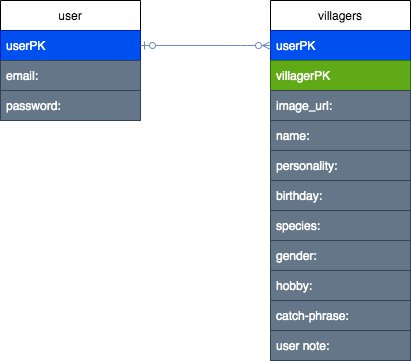
Above: erd.drawio.png in PvrkFvmily/project-2 (draw.io), before the change. Source tidied: cells renumbered, new cells last; positions are measured from the earlier drawing's top-left corner, leaving out a move shared by most shapes.
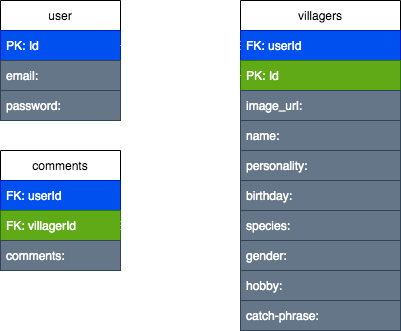
Later version of the same file.

Commit message:
edited erd, restful, and readme for approval

What changed in the source:
```diff
@@ -3,59 +3,72 @@
     <mxCell id="0" />
     <mxCell id="1" parent="0" />
     <mxCell id="2" value="user" style="swimlane;fontStyle=0;horizontal=1;startSize=30;" parent="1" vertex="1">
-      <mxGeometry width="140" height="120" as="geometry" />
+      <mxGeometry x="40" y="-10" width="120" height="120" as="geometry" />
     </mxCell>
-    <mxCell id="3" value="userPK" style="text;strokeColor=#001DBC;fillColor=#0050ef;align=left;verticalAlign=middle;spacingLeft=4;spacingRight=4;overflow=hidden;points=[[0,0.5],[1,0.5]];portConstraint=eastwest;fontColor=#ffffff;" parent="2" vertex="1">
-      <mxGeometry y="30" width="140" height="30" as="geometry" />
+    <mxCell id="3" value="PK: Id" style="text;strokeColor=#001DBC;fillColor=#0050ef;align=left;verticalAlign=middle;spacingLeft=4;spacingRight=4;overflow=hidden;points=[[0,0.5],[1,0.5]];portConstraint=eastwest;fontColor=#ffffff;" parent="2" vertex="1">
+      <mxGeometry y="30" width="120" height="30" as="geometry" />
     </mxCell>
     <mxCell id="4" value="email:" style="text;strokeColor=#314354;fillColor=#647687;align=left;verticalAlign=middle;spacingLeft=4;spacingRight=4;overflow=hidden;fontColor=#ffffff;" parent="2" vertex="1">
-      <mxGeometry y="60" width="140" height="30" as="geometry" />
+      <mxGeometry y="60" width="120" height="30" as="geometry" />
     </mxCell>
     <mxCell id="5" value="password:" style="text;strokeColor=#314354;fillColor=#647687;align=left;verticalAlign=middle;spacingLeft=4;spacingRight=4;overflow=hidden;fontColor=#ffffff;" parent="2" vertex="1">
-      <mxGeometry y="90" width="140" height="30" as="geometry" />
+      <mxGeometry y="90" width="120" height="30" as="geometry" />
     </mxCell>
     <mxCell id="6" value="villagers" style="swimlane;fontStyle=0;horizontal=1;startSize=30;" parent="1" vertex="1">
-      <mxGeometry x="270" width="140" height="360" as="geometry" />
+      <mxGeometry x="280" y="-10" width="160" height="330" as="geometry" />
     </mxCell>
-    <mxCell id="7" value="userPK" style="text;strokeColor=#001DBC;fillColor=#0050ef;align=left;verticalAlign=middle;spacingLeft=4;spacingRight=4;overflow=hidden;points=[[0,0.5],[1,0.5]];portConstraint=eastwest;fontColor=#ffffff;" parent="6" vertex="1">
-      <mxGeometry y="30" width="140" height="30" as="geometry" />
+    <mxCell id="7" value="FK: userId" style="text;strokeColor=#001DBC;fillColor=#0050ef;align=left;verticalAlign=middle;spacingLeft=4;spacingRight=4;overflow=hidden;points=[[0,0.5],[1,0.5]];portConstraint=eastwest;fontColor=#ffffff;" parent="6" vertex="1">
+      <mxGeometry y="30" width="160" height="30" as="geometry" />
     </mxCell>
-    <mxCell id="8" value="villagerPK" style="text;strokeColor=#2D7600;fillColor=#60a917;align=left;verticalAlign=middle;spacingLeft=4;spacingRight=4;overflow=hidden;points=[[0,0.5],[1,0.5]];portConstraint=eastwest;fontColor=#ffffff;" parent="6" vertex="1">
-      <mxGeometry y="60" width="140" height="30" as="geometry" />
+    <mxCell id="8" value="PK: Id" style="text;strokeColor=#2D7600;fillColor=#60a917;align=left;verticalAlign=middle;spacingLeft=4;spacingRight=4;overflow=hidden;points=[[0,0.5],[1,0.5]];portConstraint=eastwest;fontColor=#ffffff;" parent="6" vertex="1">
+      <mxGeometry y="60" width="160" height="30" as="geometry" />
     </mxCell>
     <mxCell id="9" value="image_url:" style="text;strokeColor=#314354;fillColor=#647687;align=left;verticalAlign=middle;spacingLeft=4;spacingRight=4;overflow=hidden;fontColor=#ffffff;" parent="6" vertex="1">
-      <mxGeometry y="90" width="140" height="30" as="geometry" />
+      <mxGeometry y="90" width="160" height="30" as="geometry" />
     </mxCell>
     <mxCell id="10" value="name:" style="text;strokeColor=#314354;fillColor=#647687;align=left;verticalAlign=middle;spacingLeft=4;spacingRight=4;overflow=hidden;fontColor=#ffffff;" parent="6" vertex="1">
-      <mxGeometry y="120" width="140" height="30" as="geometry" />
+      <mxGeometry y="120" width="160" height="30" as="geometry" />
     </mxCell>
     <mxCell id="11" value="personality:" style="text;strokeColor=#314354;fillColor=#647687;align=left;verticalAlign=middle;spacingLeft=4;spacingRight=4;overflow=hidden;fontColor=#ffffff;" parent="6" vertex="1">
-      <mxGeometry y="150" width="140" height="30" as="geometry" />
+      <mxGeometry y="150" width="160" height="30" as="geometry" />
     </mxCell>
     <mxCell id="12" value="birthday:" style="text;strokeColor=#314354;fillColor=#647687;align=left;verticalAlign=middle;spacingLeft=4;spacingRight=4;overflow=hidden;fontColor=#ffffff;" parent="6" vertex="1">
-      <mxGeometry y="180" width="140" height="30" as="geometry" />
+      <mxGeometry y="180" width="160" height="30" as="geometry" />
     </mxCell>
     <mxCell id="13" value="species:" style="text;strokeColor=#314354;fillColor=#647687;align=left;verticalAlign=middle;spacingLeft=4;spacingRight=4;overflow=hidden;fontColor=#ffffff;" parent="6" vertex="1">
-      <mxGeometry y="210" width="140" height="30" as="geometry" />
+      <mxGeometry y="210" width="160" height="30" as="geometry" />
     </mxCell>
     <mxCell id="14" value="gender:" style="text;strokeColor=#314354;fillColor=#647687;align=left;verticalAlign=middle;spacingLeft=4;spacingRight=4;overflow=hidden;fontColor=#ffffff;" parent="6" vertex="1">
-      <mxGeometry y="240" width="140" height="30" as="geometry" />
+      <mxGeometry y="240" width="160" height="30" as="geometry" />
     </mxCell>
     <mxCell id="15" value="hobby:" style="text;strokeColor=#314354;fillColor=#647687;align=left;verticalAlign=middle;spacingLeft=4;spacingRight=4;overflow=hidden;fontColor=#ffffff;" parent="6" vertex="1">
-      <mxGeometry y="270" width="140" height="30" as="geometry" />
+      <mxGeometry y="270" width="160" height="30" as="geometry" />
     </mxCell>
     <mxCell id="16" value="catch-phrase:" style="text;strokeColor=#314354;fillColor=#647687;align=left;verticalAlign=middle;spacingLeft=4;spacingRight=4;overflow=hidden;fontColor=#ffffff;" parent="6" vertex="1">
-      <mxGeometry y="300" width="140" height="30" as="geometry" />
+      <mxGeometry y="300" width="160" height="30" as="geometry" />
     </mxCell>
-    <mxCell id="17" value="user note:" style="text;strokeColor=#314354;fillColor=#647687;align=left;verticalAlign=middle;spacingLeft=4;spacingRight=4;overflow=hidden;fontColor=#ffffff;" parent="6" vertex="1">
-      <mxGeometry y="330" width="140" height="30" as="geometry" />
-    </mxCell>
-    <mxCell id="18" style="edgeStyle=none;html=1;exitX=1;exitY=0.5;exitDx=0;exitDy=0;entryX=0;entryY=0.5;entryDx=0;entryDy=0;endArrow=ERzeroToMany;endFill=0;startArrow=ERzeroToOne;startFill=0;fillColor=#dae8fc;strokeColor=#6c8ebf;" parent="1" edge="1" source="3" target="7">
-      <mxGeometry relative="1" as="geometry">
-        <Array as="points">
-          <mxPoint x="240" y="45" />
-        </Array>
-      </mxGeometry>
+    <mxCell id="18" style="html=1;exitX=1;exitY=0.5;exitDx=0;exitDy=0;endArrow=ERzeroToMany;endFill=0;startArrow=ERzeroToOne;startFill=0;entryX=0;entryY=0.5;entryDx=0;entryDy=0;fillColor=#b0e3e6;strokeColor=#FFFFFF;" parent="1" edge="1" source="3" target="7">
+      <mxGeometry relative="1" as="geometry" />
     </mxCell>
+    <mxCell id="19" value="comments" style="swimlane;fontStyle=0;horizontal=1;startSize=30;" parent="1" vertex="1">
+      <mxGeometry x="40" y="140" width="120" height="120" as="geometry" />
+    </mxCell>
+    <mxCell id="20" value="FK: userId" style="text;align=left;verticalAlign=middle;spacingLeft=4;spacingRight=4;overflow=hidden;fillColor=#0050ef;fontColor=#ffffff;strokeColor=#001DBC;" parent="19" vertex="1">
+      <mxGeometry y="30" width="120" height="30" as="geometry" />
+    </mxCell>
+    <mxCell id="21" value="FK: villagerId" style="text;align=left;verticalAlign=middle;spacingLeft=4;spacingRight=4;overflow=hidden;points=[[0,0.5],[1,0.5]];portConstraint=eastwest;fillColor=#60a917;fontColor=#ffffff;strokeColor=#2D7600;" parent="19" vertex="1">
+      <mxGeometry y="60" width="120" height="30" as="geometry" />
+    </mxCell>
+    <mxCell id="22" value="comments:" style="text;align=left;verticalAlign=middle;spacingLeft=4;spacingRight=4;overflow=hidden;fillColor=#647687;fontColor=#ffffff;strokeColor=#314354;" parent="19" vertex="1">
+      <mxGeometry y="90" width="120" height="30" as="geometry" />
+    </mxCell>
+    <mxCell id="23" style="endArrow=ERzeroToMany;html=1;strokeColor=#FFFFFF;exitX=0;exitY=0.5;exitDx=0;exitDy=0;entryX=1;entryY=0.5;entryDx=0;entryDy=0;startArrow=ERzeroToOne;startFill=0;endFill=0;" parent="1" edge="1" source="8" target="21">
+      <mxGeometry relative="1" as="geometry">
+        <Array as="points">
+          <mxPoint x="220" y="65" />
+          <mxPoint x="220" y="215" />
+        </Array>
+      </mxGeometry>
+    </mxCell>
   </root>
 </mxGraphModel>
```
